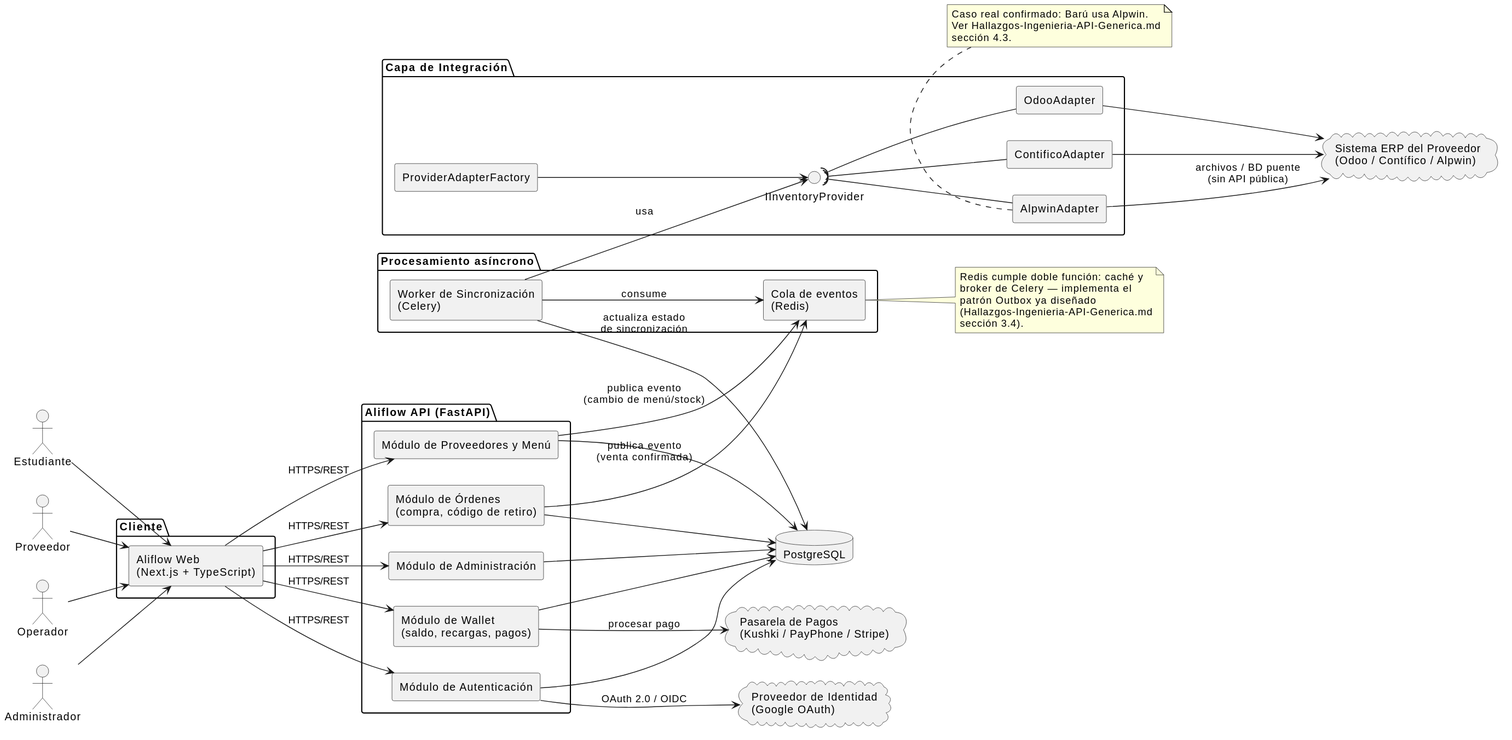
Earlier version of the PlantUML export uml/diagrama-componentes.svg (Jesus-JB/aliflow). Source of this version:
```plantuml
@startuml
skinparam componentStyle rectangle
left to right direction

actor Estudiante
actor Proveedor
actor Operador
actor Administrador

package "Cliente" {
  [Aliflow Web\n(Next.js + TypeScript)] as WEB
}

package "Aliflow API (FastAPI)" {
  [Módulo de Autenticación] as AUTH
  [Módulo de Wallet\n(saldo, recargas, pagos)] as WALLET
  [Módulo de Órdenes\n(compra, código de retiro)] as ORDERS
  [Módulo de Proveedores y Menú] as PROVMOD
  [Módulo de Administración] as ADMINMOD
}

package "Capa de Integración" {
  interface IInventoryProvider
  [ProviderAdapterFactory] as FACTORY
  [OdooAdapter] as ODOOA
  [ContificoAdapter] as CONTIFICOA
  [AlpwinAdapter] as ALPWINA

  FACTORY --> IInventoryProvider
  ODOOA -up-( IInventoryProvider
  CONTIFICOA -up-( IInventoryProvider
  ALPWINA -up-( IInventoryProvider
}

package "Procesamiento asíncrono" {
  [Cola de eventos\n(Redis)] as QUEUE
  [Worker de Sincronización\n(Celery)] as WORKER
}

database "PostgreSQL" as DB

cloud "Proveedor de Identidad\n(Google OAuth)" as IDP
cloud "Pasarela de Pagos\n(Kushki / PayPhone / Stripe)" as PAY
cloud "Sistema ERP del Proveedor\n(Odoo / Contífico / Alpwin)" as ERP

Estudiante --> WEB
Proveedor --> WEB
Operador --> WEB
Administrador --> WEB

WEB --> AUTH : HTTPS/REST
WEB --> WALLET : HTTPS/REST
WEB --> ORDERS : HTTPS/REST
WEB --> PROVMOD : HTTPS/REST
WEB --> ADMINMOD : HTTPS/REST

AUTH --> IDP : OAuth 2.0 / OIDC
WALLET --> PAY : procesar pago

AUTH --> DB
WALLET --> DB
ORDERS --> DB
PROVMOD --> DB
ADMINMOD --> DB

ORDERS --> QUEUE : publica evento\n(venta confirmada)
PROVMOD --> QUEUE : publica evento\n(cambio de menú/stock)

WORKER --> QUEUE : consume
WORKER --> IInventoryProvider : usa
WORKER --> DB : actualiza estado\nde sincronización

ODOOA --> ERP
CONTIFICOA --> ERP
ALPWINA --> ERP : archivos / BD puente\n(sin API pública)

note bottom of ALPWINA
  Caso real confirmado: Barú usa Alpwin.
  Ver Hallazgos-Ingenieria-API-Generica.md
  sección 4.3.
end note

note right of QUEUE
  Redis cumple doble función: caché y
  broker de Celery — implementa el
  patrón Outbox ya diseñado
  (Hallazgos-Ingenieria-API-Generica.md
  sección 3.4).
end note
@enduml
```
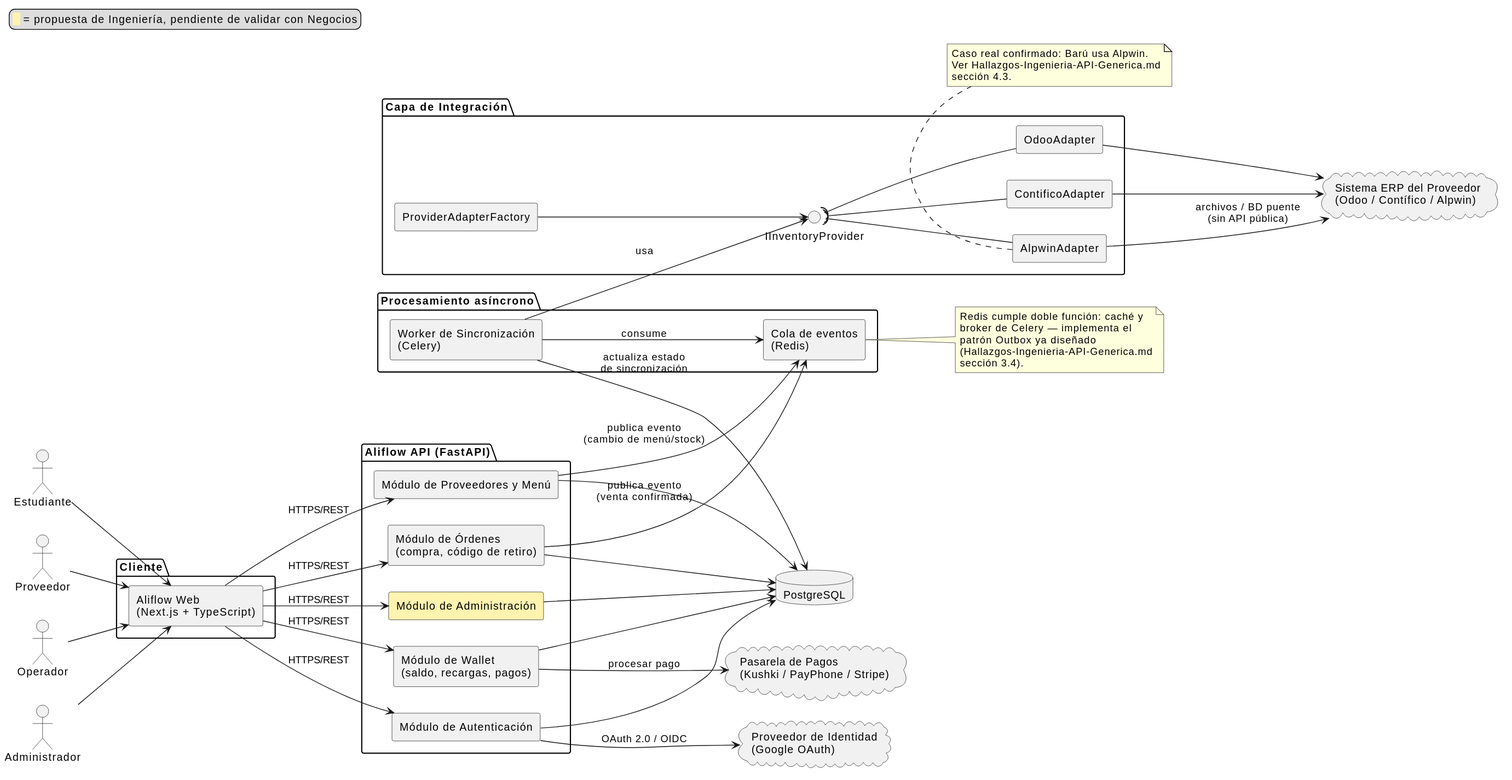
After the change.

What changed in the source:
```diff
@@ -1,6 +1,10 @@
 @startuml
 skinparam componentStyle rectangle
 left to right direction
+
+legend top left
+  <back:#FFF3B0>  </back> = propuesta de Ingeniería, pendiente de validar con Negocios
+endlegend
 
 actor Estudiante
 actor Proveedor
@@ -16,7 +20,7 @@
   [Módulo de Wallet\n(saldo, recargas, pagos)] as WALLET
   [Módulo de Órdenes\n(compra, código de retiro)] as ORDERS
   [Módulo de Proveedores y Menú] as PROVMOD
-  [Módulo de Administración] as ADMINMOD
+  [Módulo de Administración] as ADMINMOD #FFF3B0
 }
 
 package "Capa de Integración" {
```
